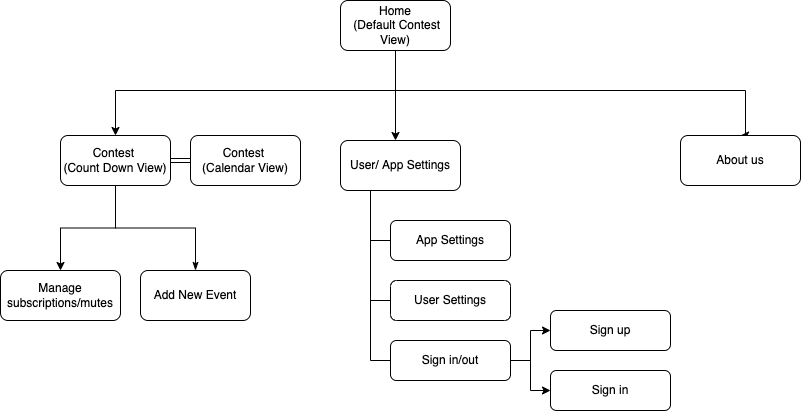
The draw.io diagram ux-design/appmap.png in software-students-spring2022/final-project-codehunt, before a commit. Source tidied: cells renumbered, new cells last; positions are measured from the earlier drawing's top-left corner, leaving out a move shared by most shapes.
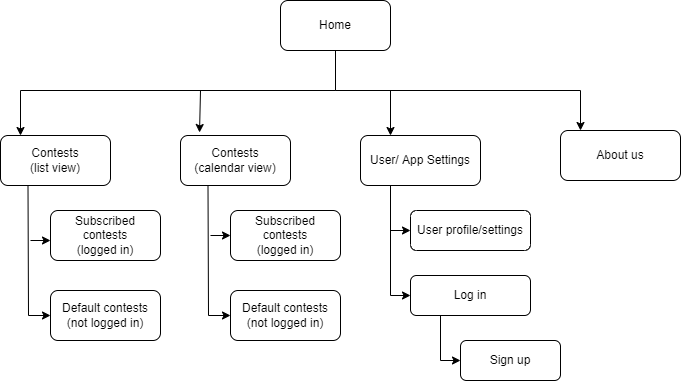
The same diagram one commit later.

The edit, as a diff of the source:
```diff
@@ -6,94 +6,109 @@
       <mxGeometry relative="1" as="geometry">
         <Array as="points">
           <mxPoint x="395" y="90" />
-          <mxPoint x="115" y="90" />
+          <mxPoint x="80" y="90" />
         </Array>
       </mxGeometry>
     </mxCell>
-    <mxCell id="3" style="edgeStyle=none;rounded=0;jettySize=auto;html=1;elbow=vertical;" parent="1" edge="1" source="4">
+    <mxCell id="3" style="edgeStyle=none;rounded=0;jettySize=auto;html=1;elbow=vertical;entryX=0.25;entryY=0;entryDx=0;entryDy=0;" parent="1" edge="1" target="7">
       <mxGeometry relative="1" as="geometry">
-        <mxPoint x="395" y="140" as="targetPoint" />
+        <mxPoint x="450" y="90" as="sourcePoint" />
       </mxGeometry>
     </mxCell>
-    <mxCell id="4" value="Home&lt;br&gt;&amp;nbsp;(Default Contest View)" style="rounded=1;whiteSpace=wrap;html=1;" parent="1" vertex="1">
+    <mxCell id="4" value="Home" style="rounded=1;whiteSpace=wrap;html=1;" parent="1" vertex="1">
       <mxGeometry x="340" width="110" height="50" as="geometry" />
     </mxCell>
-    <mxCell id="5" style="edgeStyle=orthogonalEdgeStyle;rounded=0;jettySize=auto;html=1;entryX=0.5;entryY=0;entryDx=0;entryDy=0;elbow=vertical;" parent="1" edge="1" target="19">
+    <mxCell id="5" style="edgeStyle=orthogonalEdgeStyle;rounded=0;orthogonalLoop=1;jettySize=auto;html=1;elbow=vertical;" parent="1" edge="1">
       <mxGeometry relative="1" as="geometry">
         <mxPoint x="395" y="50" as="sourcePoint" />
+        <mxPoint x="640" y="130" as="targetPoint" />
         <Array as="points">
           <mxPoint x="395" y="90" />
-          <mxPoint x="745" y="90" />
+          <mxPoint x="640" y="90" />
         </Array>
       </mxGeometry>
     </mxCell>
-    <mxCell id="6" style="edgeStyle=none;rounded=0;jettySize=auto;html=1;elbow=vertical;exitX=0.25;exitY=1;exitDx=0;exitDy=0;endArrow=none;endFill=0;" parent="1" edge="1" source="7">
-      <mxGeometry relative="1" as="geometry">
-        <mxPoint x="370" y="360" as="targetPoint" />
-      </mxGeometry>
-    </mxCell>
     <mxCell id="7" value="User/ App Settings" style="whiteSpace=wrap;html=1;rounded=1;" parent="1" vertex="1">
-      <mxGeometry x="340" y="140" width="120" height="50" as="geometry" />
+      <mxGeometry x="420" y="135" width="120" height="50" as="geometry" />
     </mxCell>
-    <mxCell id="8" value="Manage subscriptions/mutes" style="whiteSpace=wrap;html=1;rounded=1;" parent="1" vertex="1">
-      <mxGeometry y="270" width="120" height="50" as="geometry" />
-    </mxCell>
-    <mxCell id="9" style="edgeStyle=orthogonalEdgeStyle;rounded=0;jettySize=auto;html=1;entryX=0.5;entryY=0;entryDx=0;entryDy=0;" parent="1" edge="1" source="12" target="8">
-      <mxGeometry relative="1" as="geometry" />
-    </mxCell>
-    <mxCell id="10" style="rounded=0;jettySize=auto;html=1;elbow=vertical;shape=link;" parent="1" edge="1" source="12" target="24">
-      <mxGeometry relative="1" as="geometry" />
-    </mxCell>
-    <mxCell id="11" style="edgeStyle=orthogonalEdgeStyle;rounded=0;jettySize=auto;html=1;endArrow=classicThin;endFill=1;elbow=vertical;" parent="1" edge="1" source="12" target="25">
-      <mxGeometry relative="1" as="geometry" />
-    </mxCell>
-    <mxCell id="12" value="Contest &lt;br&gt;(Count Down View)" style="rounded=1;whiteSpace=wrap;html=1;" parent="1" vertex="1">
+    <mxCell id="12" value="Contests&lt;br&gt;(list view)" style="rounded=1;whiteSpace=wrap;html=1;" parent="1" vertex="1">
       <mxGeometry x="60" y="135" width="110" height="50" as="geometry" />
     </mxCell>
-    <mxCell id="13" style="edgeStyle=orthogonalEdgeStyle;rounded=0;jettySize=auto;html=1;" parent="1" edge="1" source="16" target="17">
-      <mxGeometry relative="1" as="geometry" />
-    </mxCell>
-    <mxCell id="14" style="edgeStyle=orthogonalEdgeStyle;rounded=0;jettySize=auto;html=1;entryX=0;entryY=0.5;entryDx=0;entryDy=0;elbow=vertical;" parent="1" edge="1" source="16" target="18">
-      <mxGeometry relative="1" as="geometry" />
-    </mxCell>
-    <mxCell id="15" style="edgeStyle=none;rounded=0;jettySize=auto;html=1;endArrow=none;endFill=0;elbow=vertical;" parent="1" edge="1" source="16">
-      <mxGeometry relative="1" as="geometry">
-        <mxPoint x="370" y="360" as="targetPoint" />
-      </mxGeometry>
-    </mxCell>
-    <mxCell id="16" value="Sign in/out" style="rounded=1;whiteSpace=wrap;html=1;" parent="1" vertex="1">
-      <mxGeometry x="390" y="340" width="120" height="40" as="geometry" />
+    <mxCell id="16" value="Log in" style="rounded=1;whiteSpace=wrap;html=1;" parent="1" vertex="1">
+      <mxGeometry x="470" y="275" width="120" height="40" as="geometry" />
     </mxCell>
-    <mxCell id="17" value="Sign in" style="whiteSpace=wrap;html=1;rounded=1;" parent="1" vertex="1">
-      <mxGeometry x="550" y="370" width="120" height="40" as="geometry" />
-    </mxCell>
     <mxCell id="18" value="Sign up" style="rounded=1;whiteSpace=wrap;html=1;" parent="1" vertex="1">
-      <mxGeometry x="550" y="310" width="120" height="40" as="geometry" />
+      <mxGeometry x="520" y="340" width="100" height="40" as="geometry" />
     </mxCell>
     <mxCell id="19" value="About us" style="rounded=1;whiteSpace=wrap;html=1;" parent="1" vertex="1">
-      <mxGeometry x="680" y="135" width="120" height="50" as="geometry" />
+      <mxGeometry x="620" y="130" width="120" height="50" as="geometry" />
     </mxCell>
-    <mxCell id="20" style="edgeStyle=none;rounded=0;jettySize=auto;html=1;endArrow=none;endFill=0;elbow=vertical;" parent="1" edge="1" source="21">
-      <mxGeometry relative="1" as="geometry">
-        <mxPoint x="370" y="300" as="targetPoint" />
-      </mxGeometry>
-    </mxCell>
-    <mxCell id="21" value="User Settings" style="whiteSpace=wrap;html=1;rounded=1;direction=west;" parent="1" vertex="1">
-      <mxGeometry x="390" y="280" width="120" height="40" as="geometry" />
+    <mxCell id="21" value="User profile/settings" style="whiteSpace=wrap;html=1;rounded=1;direction=west;" parent="1" vertex="1">
+      <mxGeometry x="470" y="210" width="120" height="40" as="geometry" />
     </mxCell>
-    <mxCell id="22" style="edgeStyle=none;rounded=0;jettySize=auto;html=1;endArrow=none;endFill=0;elbow=vertical;" parent="1" edge="1" source="23">
-      <mxGeometry relative="1" as="geometry">
-        <mxPoint x="370" y="240" as="targetPoint" />
-      </mxGeometry>
-    </mxCell>
-    <mxCell id="23" value="App Settings" style="whiteSpace=wrap;html=1;rounded=1;" parent="1" vertex="1">
-      <mxGeometry x="390" y="220" width="120" height="40" as="geometry" />
-    </mxCell>
-    <mxCell id="24" value="Contest &lt;br&gt;(Calendar&amp;nbsp;View)" style="rounded=1;whiteSpace=wrap;html=1;" parent="1" vertex="1">
-      <mxGeometry x="190" y="135" width="110" height="50" as="geometry" />
+    <mxCell id="24" value="Contests&lt;br&gt;(calendar view)" style="rounded=1;whiteSpace=wrap;html=1;" parent="1" vertex="1">
+      <mxGeometry x="240" y="135" width="110" height="50" as="geometry" />
     </mxCell>
-    <mxCell id="25" value="Add New Event" style="whiteSpace=wrap;html=1;rounded=1;" parent="1" vertex="1">
-      <mxGeometry x="140" y="270" width="110" height="50" as="geometry" />
-    </mxCell>
+    <mxCell id="26" style="endArrow=classic;html=1;rounded=0;entryX=0.173;entryY=-0.06;entryDx=0;entryDy=0;entryPerimeter=0;" parent="1" edge="1" target="24">
+      <mxGeometry relative="1" as="geometry">
+        <mxPoint x="260" y="90" as="sourcePoint" />
+      </mxGeometry>
+    </mxCell>
+    <mxCell id="27" style="endArrow=classic;html=1;rounded=0;exitX=0.25;exitY=1;exitDx=0;exitDy=0;entryX=0;entryY=0.5;entryDx=0;entryDy=0;" parent="1" edge="1" source="12" target="32">
+      <mxGeometry relative="1" as="geometry">
+        <Array as="points">
+          <mxPoint x="88" y="315" />
+        </Array>
+      </mxGeometry>
+    </mxCell>
+    <mxCell id="28" value="Subscribed contests&lt;br&gt;(logged in)" style="rounded=1;whiteSpace=wrap;html=1;" parent="1" vertex="1">
+      <mxGeometry x="110" y="210" width="110" height="50" as="geometry" />
+    </mxCell>
+    <mxCell id="14" style="endArrow=classic;html=1;rounded=0;entryX=0;entryY=0.5;entryDx=0;entryDy=0;exitX=0.25;exitY=1;exitDx=0;exitDy=0;" parent="1" edge="1" source="16" target="18">
+      <mxGeometry relative="1" as="geometry">
+        <Array as="points">
+          <mxPoint x="500" y="360" />
+        </Array>
+      </mxGeometry>
+    </mxCell>
+    <mxCell id="29" style="endArrow=classic;html=1;rounded=0;entryX=1;entryY=0.5;entryDx=0;entryDy=0;" parent="1" edge="1" target="21">
+      <mxGeometry relative="1" as="geometry">
+        <mxPoint x="450" y="230" as="sourcePoint" />
+      </mxGeometry>
+    </mxCell>
+    <mxCell id="30" style="endArrow=classic;html=1;rounded=0;exitX=0.25;exitY=1;exitDx=0;exitDy=0;entryX=0;entryY=0.5;entryDx=0;entryDy=0;" parent="1" edge="1" source="7" target="16">
+      <mxGeometry relative="1" as="geometry">
+        <Array as="points">
+          <mxPoint x="450" y="295" />
+        </Array>
+      </mxGeometry>
+    </mxCell>
+    <mxCell id="31" style="endArrow=classic;html=1;rounded=0;" parent="1" edge="1">
+      <mxGeometry relative="1" as="geometry">
+        <mxPoint x="90" y="240" as="sourcePoint" />
+        <mxPoint x="110" y="240" as="targetPoint" />
+      </mxGeometry>
+    </mxCell>
+    <mxCell id="32" value="Default contests (not logged in)" style="rounded=1;whiteSpace=wrap;html=1;" parent="1" vertex="1">
+      <mxGeometry x="110" y="290" width="110" height="50" as="geometry" />
+    </mxCell>
+    <mxCell id="33" style="endArrow=classic;html=1;rounded=0;entryX=0;entryY=0.5;entryDx=0;entryDy=0;exitX=0.25;exitY=1;exitDx=0;exitDy=0;" parent="1" edge="1" source="24" target="35">
+      <mxGeometry relative="1" as="geometry">
+        <Array as="points">
+          <mxPoint x="268" y="315" />
+        </Array>
+      </mxGeometry>
+    </mxCell>
+    <mxCell id="34" value="Subscribed contests&lt;br&gt;(logged in)" style="rounded=1;whiteSpace=wrap;html=1;" parent="1" vertex="1">
+      <mxGeometry x="290" y="210" width="110" height="50" as="geometry" />
+    </mxCell>
+    <mxCell id="35" value="Default contests (not logged in)" style="rounded=1;whiteSpace=wrap;html=1;" parent="1" vertex="1">
+      <mxGeometry x="290" y="290" width="110" height="50" as="geometry" />
+    </mxCell>
+    <mxCell id="36" style="endArrow=classic;html=1;rounded=0;entryX=0;entryY=0.5;entryDx=0;entryDy=0;" parent="1" edge="1" target="34">
+      <mxGeometry relative="1" as="geometry">
+        <mxPoint x="270" y="235" as="sourcePoint" />
+      </mxGeometry>
+    </mxCell>
   </root>
 </mxGraphModel>
```
